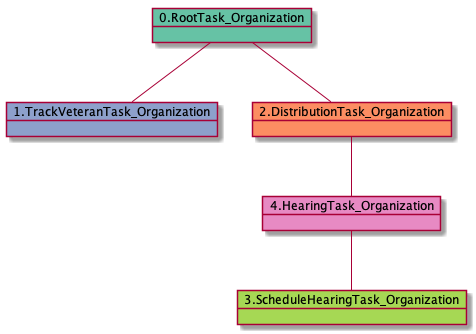
Before: docs-H/uml/RTO.TVTO.DTO.SHTO.HTO-42769.png, a diagram exported from PlantUML (yoomlam/graphing). Its diagram source:
```plantuml
@startuml
object 0.RootTask_Organization #66c2a5
object 1.TrackVeteranTask_Organization #8da0cb
object 2.DistributionTask_Organization #fc8d62
object 3.ScheduleHearingTask_Organization #a6d854
object 4.HearingTask_Organization #e78ac3
0.RootTask_Organization -- 1.TrackVeteranTask_Organization
0.RootTask_Organization -- 2.DistributionTask_Organization
4.HearingTask_Organization -- 3.ScheduleHearingTask_Organization
2.DistributionTask_Organization -- 4.HearingTask_Organization
@enduml
```
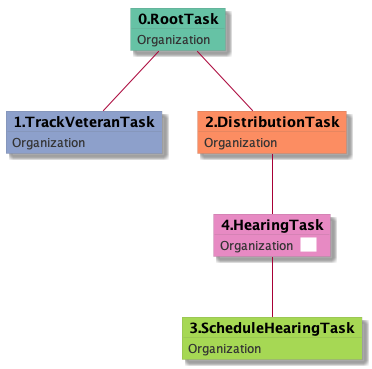
After the change.

The edit, as a diff of the source:
```diff
@@ -1,11 +1,29 @@
 @startuml
-object 0.RootTask_Organization #66c2a5
-object 1.TrackVeteranTask_Organization #8da0cb
-object 2.DistributionTask_Organization #fc8d62
-object 3.ScheduleHearingTask_Organization #a6d854
-object 4.HearingTask_Organization #e78ac3
-0.RootTask_Organization -- 1.TrackVeteranTask_Organization
-0.RootTask_Organization -- 2.DistributionTask_Organization
-4.HearingTask_Organization -- 3.ScheduleHearingTask_Organization
-2.DistributionTask_Organization -- 4.HearingTask_Organization
+skinparam {
+  ObjectBorderColor #555
+  ObjectBorderThickness 0
+  ObjectFontStyle bold
+  ObjectFontSize 14
+  ObjectAttributeFontColor #333
+  ObjectAttributeFontSize 12
+}
+  object 0.RootTask #66c2a5 {
+Organization
+}
+  object 1.TrackVeteranTask #8da0cb {
+Organization
+}
+  object 2.DistributionTask #fc8d62 {
+Organization
+}
+  object 3.ScheduleHearingTask #a6d854 {
+Organization
+}
+  object 4.HearingTask #e78ac3 {
+Organization  <back:white>    </back>
+}
+0.RootTask -- 1.TrackVeteranTask
+0.RootTask -- 2.DistributionTask
+4.HearingTask -- 3.ScheduleHearingTask
+2.DistributionTask -- 4.HearingTask
 @enduml
```
